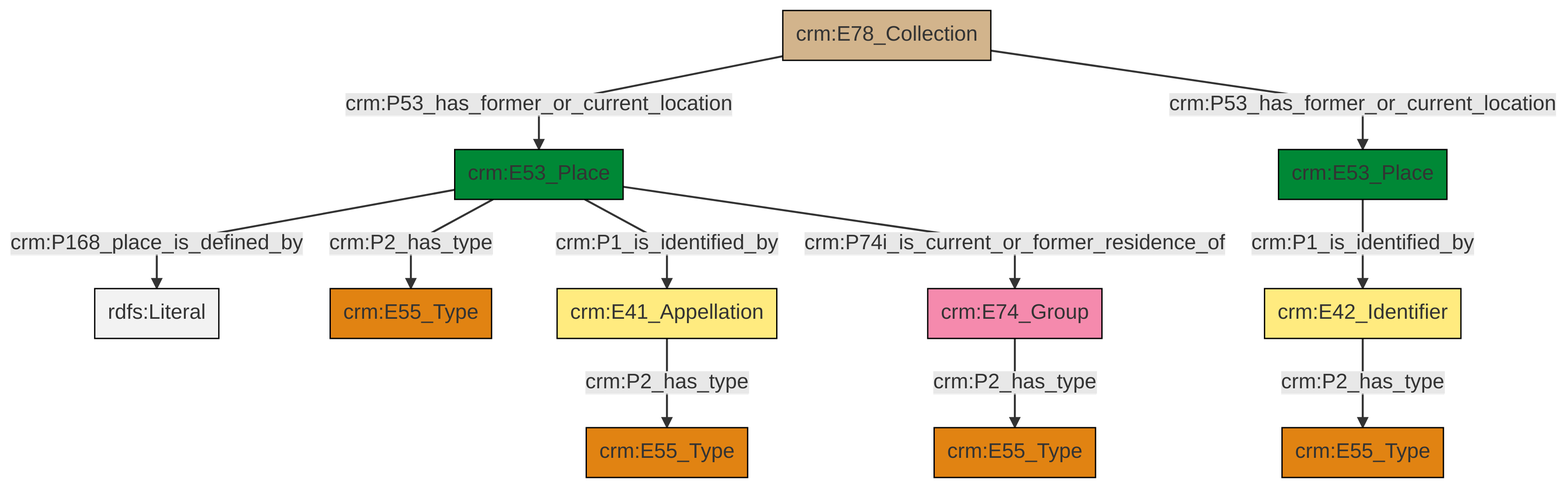
swiss-art-research-net/docs.swissartresearch keeps this Mermaid diagram as et/archivalCSV/ttl/mmd/png/archival_location.png. Above is the earlier version. Its source is kept beside it as et/archivalCSV/ttl/mmd/archival_location.ttl.mmd.
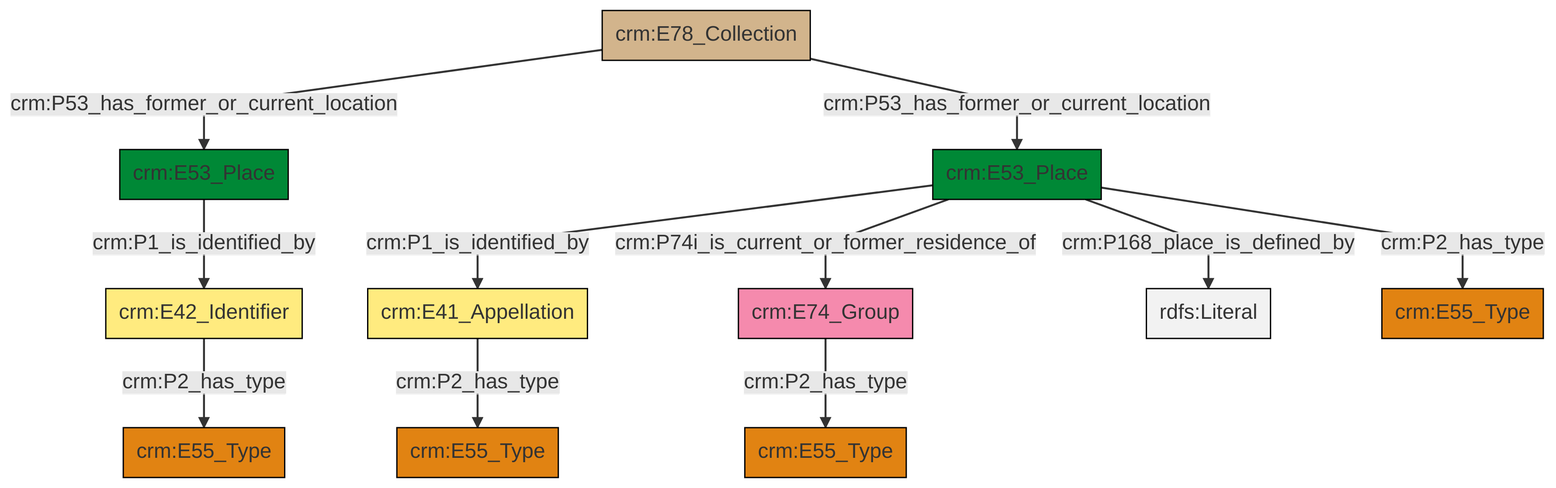
Later version of the same file.

Change to the diagram source:
```diff
@@ -13,13 +13,13 @@
 classDef PC_Classes fill:#4ce600, stroke:#000000;
 classDef Multi fill:#cccccc,stroke:#000000;
 
-0["crm:E53_Place"]:::Place -->|crm:P168_place_is_defined_by| 1[rdfs:Literal]:::Literal
-4["crm:E74_Group"]:::Actor -->|crm:P2_has_type| 5["crm:E55_Type"]:::Type
-6["crm:E42_Identifier"]:::Appellation -->|crm:P2_has_type| 2["crm:E55_Type"]:::Type
-14["crm:E78_Collection"]:::Physical_Thing -->|crm:P53_has_former_or_current_location| 0["crm:E53_Place"]:::Place
-0["crm:E53_Place"]:::Place -->|crm:P2_has_type| 15["crm:E55_Type"]:::Type
-0["crm:E53_Place"]:::Place -->|crm:P1_is_identified_by| 12["crm:E41_Appellation"]:::Appellation
-0["crm:E53_Place"]:::Place -->|crm:P74i_is_current_or_former_residence_of| 4["crm:E74_Group"]:::Actor
-8["crm:E53_Place"]:::Place -->|crm:P1_is_identified_by| 6["crm:E42_Identifier"]:::Appellation
-12["crm:E41_Appellation"]:::Appellation -->|crm:P2_has_type| 10["crm:E55_Type"]:::Type
-14["crm:E78_Collection"]:::Physical_Thing -->|crm:P53_has_former_or_current_location| 8["crm:E53_Place"]:::Place
+2["crm:E74_Group"]:::Actor -->|crm:P2_has_type| 3["crm:E55_Type"]:::Type
+5["crm:E42_Identifier"]:::Appellation -->|crm:P2_has_type| 9["crm:E55_Type"]:::Type
+7["crm:E53_Place"]:::Place -->|crm:P1_is_identified_by| 5["crm:E42_Identifier"]:::Appellation
+0["crm:E53_Place"]:::Place -->|crm:P1_is_identified_by| 10["crm:E41_Appellation"]:::Appellation
+12["crm:E78_Collection"]:::Physical_Thing -->|crm:P53_has_former_or_current_location| 7["crm:E53_Place"]:::Place
+12["crm:E78_Collection"]:::Physical_Thing -->|crm:P53_has_former_or_current_location| 0["crm:E53_Place"]:::Place
+0["crm:E53_Place"]:::Place -->|crm:P168_place_is_defined_by| 15[rdfs:Literal]:::Literal
+10["crm:E41_Appellation"]:::Appellation -->|crm:P2_has_type| 16["crm:E55_Type"]:::Type
+0["crm:E53_Place"]:::Place -->|crm:P74i_is_current_or_former_residence_of| 2["crm:E74_Group"]:::Actor
+0["crm:E53_Place"]:::Place -->|crm:P2_has_type| 20["crm:E55_Type"]:::Type
```
